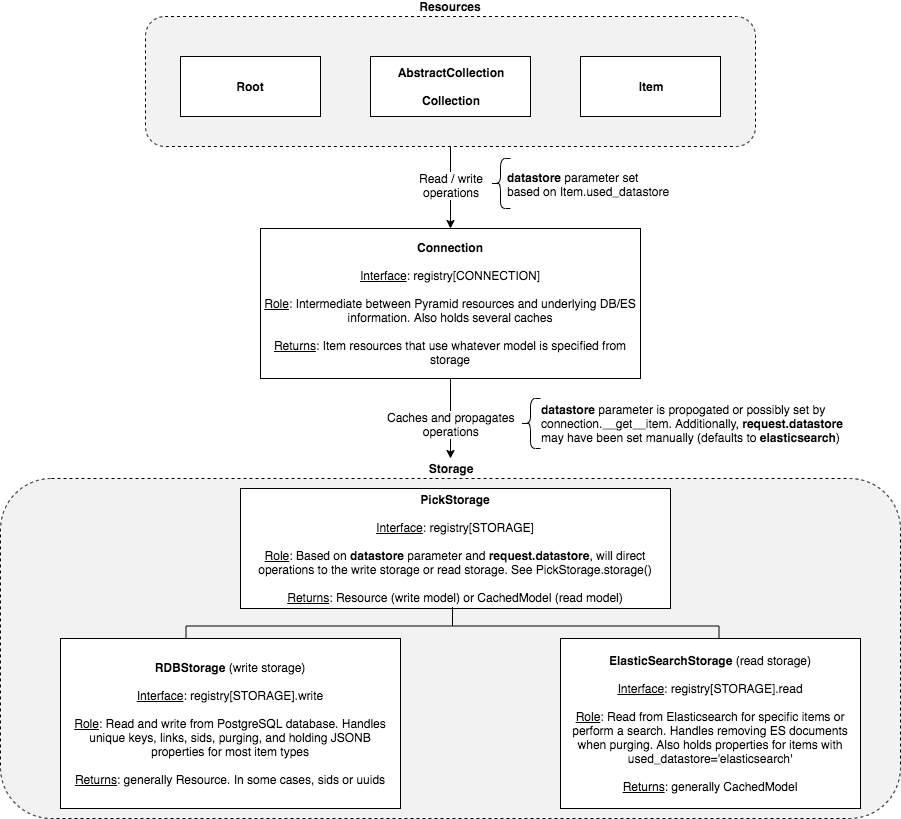
This is docs/source/img/connection_storage.png from 4dn-dcic/snovault, a draw.io export, as it was before one commit. Source tidied: cells renumbered, new cells last; positions are measured from the earlier drawing's top-left corner, leaving out a move shared by most shapes.
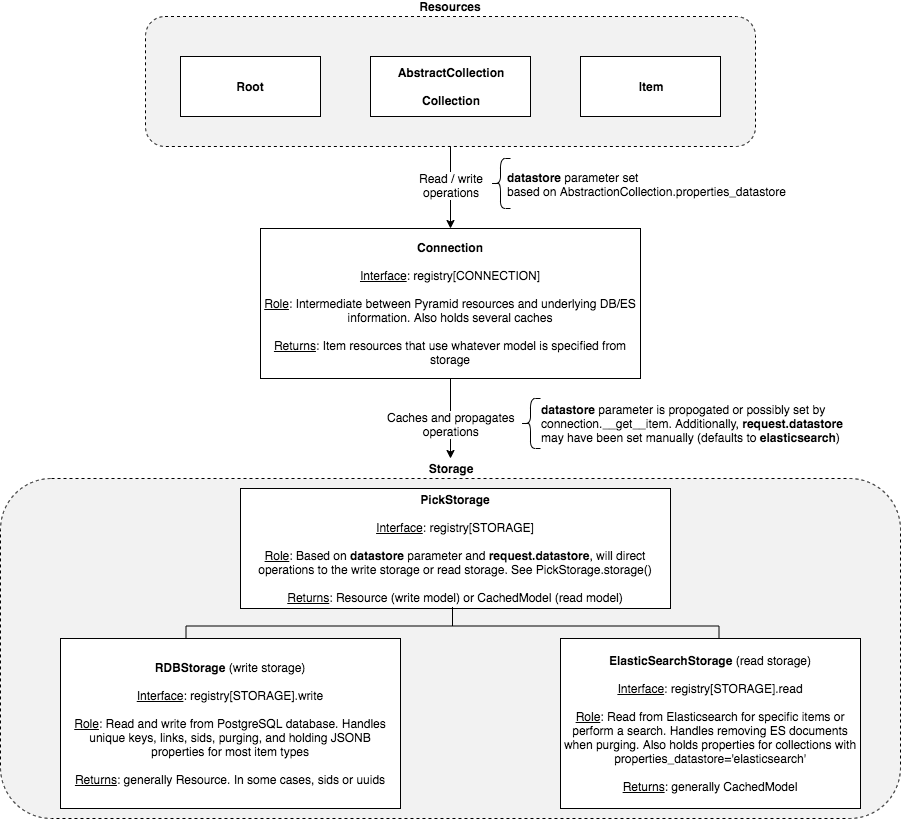
Above is the later version.

Commit message:
Doc changes for properties_datastore

Change to the diagram source:
```diff
@@ -47,13 +47,13 @@
     <mxCell id="14" value="&lt;b&gt;RDBStorage &lt;/b&gt;(write storage)&lt;br&gt;&lt;br&gt;&lt;u&gt;Interface&lt;/u&gt;: registry[STORAGE].write&lt;br&gt;&lt;br&gt;&lt;u&gt;Role&lt;/u&gt;: Read and write from PostgreSQL database. Handles unique keys, links, sids, purging, and holding JSONB properties for most item types&lt;br&gt;&lt;br&gt;&lt;u&gt;Returns&lt;/u&gt;: generally Resource. In some cases, sids or uuids" style="rounded=0;whiteSpace=wrap;html=1;" parent="1" vertex="1">
       <mxGeometry x="60" y="622" width="340" height="170" as="geometry" />
     </mxCell>
-    <mxCell id="15" value="&lt;b&gt;ElasticSearchStorage &lt;/b&gt;(read storage)&lt;br&gt;&lt;br&gt;&lt;u&gt;Interface&lt;/u&gt;: registry[STORAGE].read&lt;br&gt;&lt;br&gt;&lt;u&gt;Role&lt;/u&gt;: Read from Elasticsearch for specific items or perform a search. Handles removing ES documents when purging. Also holds properties for items with used_datastore='elasticsearch'&lt;br&gt;&lt;br&gt;&lt;u&gt;Returns&lt;/u&gt;: generally CachedModel" style="rounded=0;whiteSpace=wrap;html=1;" parent="1" vertex="1">
+    <mxCell id="15" value="&lt;b&gt;ElasticSearchStorage &lt;/b&gt;(read storage)&lt;br&gt;&lt;br&gt;&lt;u&gt;Interface&lt;/u&gt;: registry[STORAGE].read&lt;br&gt;&lt;br&gt;&lt;u&gt;Role&lt;/u&gt;: Read from Elasticsearch for specific items or perform a search. Handles removing ES documents when purging. Also holds properties for collections with properties_datastore='elasticsearch'&lt;br&gt;&lt;br&gt;&lt;u&gt;Returns&lt;/u&gt;: generally CachedModel" style="rounded=0;whiteSpace=wrap;html=1;" parent="1" vertex="1">
       <mxGeometry x="560" y="622" width="300" height="170" as="geometry" />
     </mxCell>
     <mxCell id="16" style="shape=curlyBracket;whiteSpace=wrap;html=1;rounded=1;" parent="1" vertex="1">
       <mxGeometry x="490" y="142" width="20" height="50" as="geometry" />
     </mxCell>
-    <mxCell id="17" value="&lt;b&gt;datastore&lt;/b&gt;&amp;nbsp;parameter set&lt;br&gt;based on Item.used_datastore" style="text;html=1;" parent="1" vertex="1">
+    <mxCell id="17" value="&lt;b&gt;datastore&lt;/b&gt;&amp;nbsp;parameter set&lt;br&gt;based on AbstractionCollection.properties_datastore" style="text;html=1;" parent="1" vertex="1">
       <mxGeometry x="505" y="148" width="320" height="30" as="geometry" />
     </mxCell>
     <mxCell id="18" style="shape=curlyBracket;whiteSpace=wrap;html=1;rounded=1;" parent="1" vertex="1">
```
